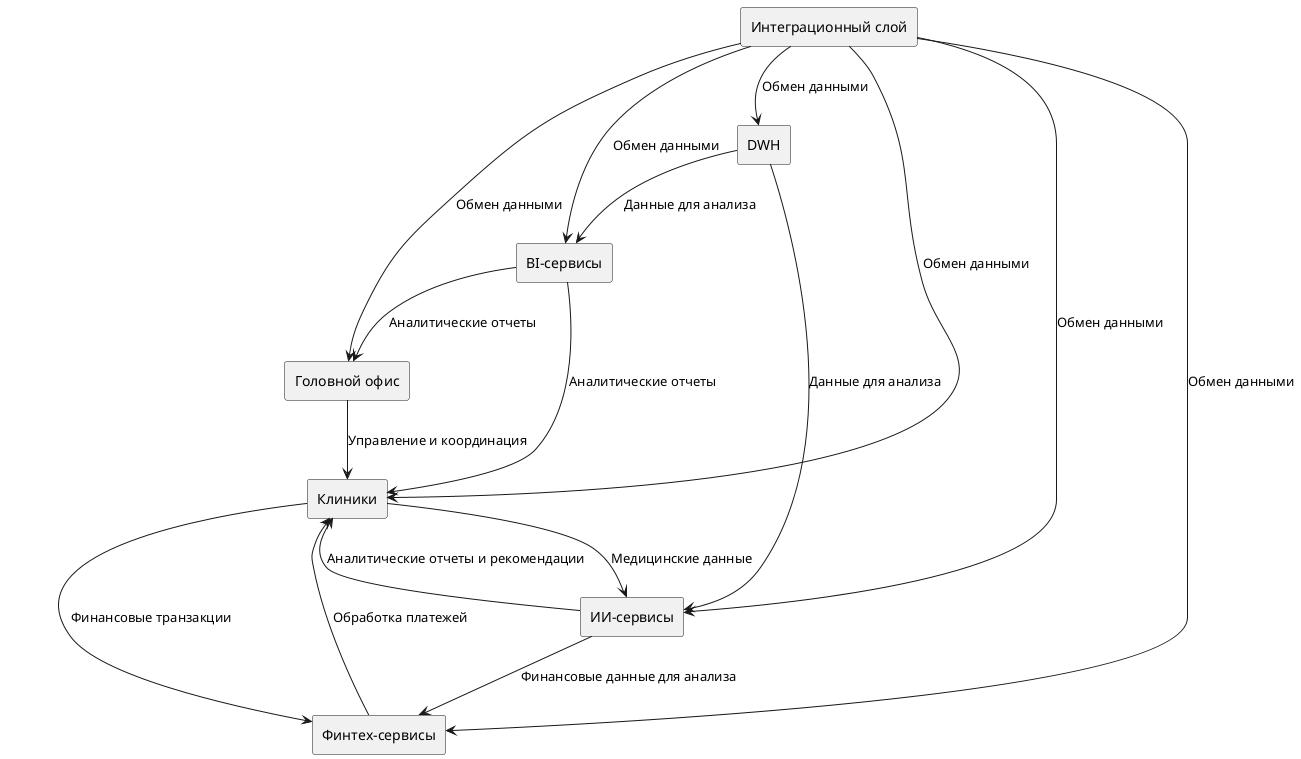
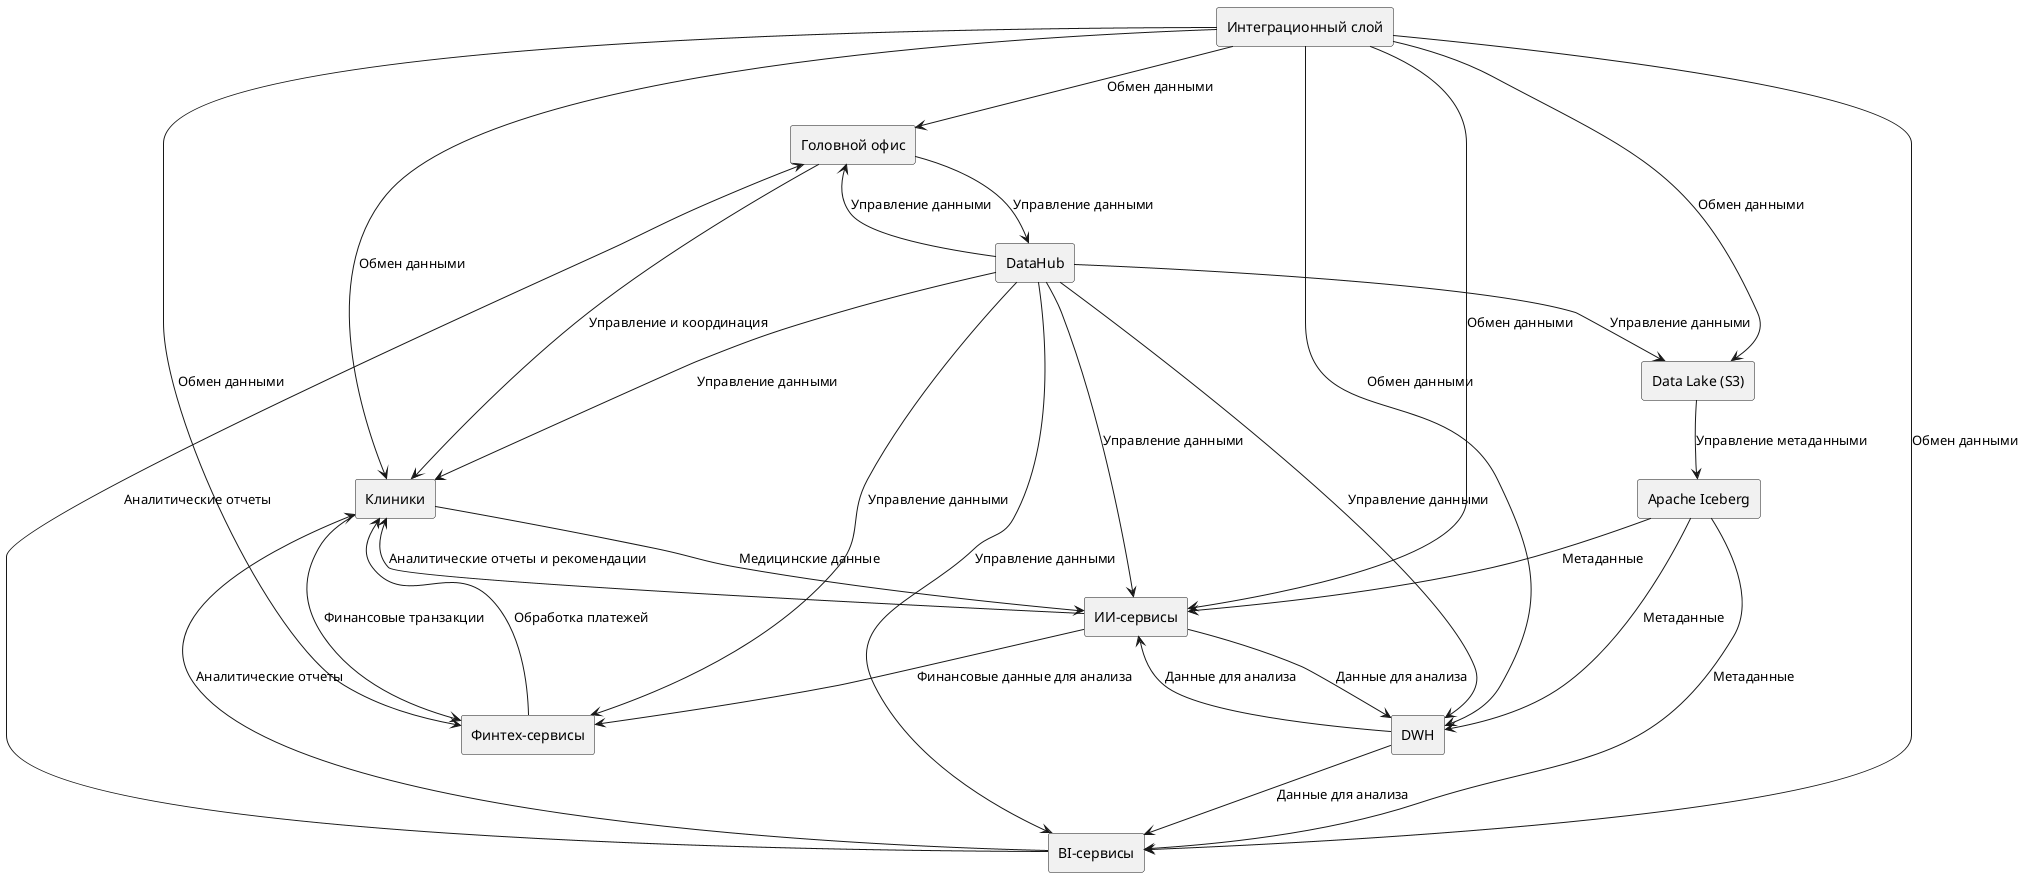
@startuml domain

RECTANGLE "Головной офис" as HO
RECTANGLE "Клиники" as Clinics
RECTANGLE "ИИ-сервисы" as AI_Services
RECTANGLE "Финтех-сервисы" as Fintech_Services
RECTANGLE "Интеграционный слой" as Integration_Layer
RECTANGLE "BI-сервисы" as BI_Services
RECTANGLE "DWH" as DWH
+ RECTANGLE "Data Lake (S3)" as Data_Lake
+ RECTANGLE "Apache Iceberg" as Iceberg
+ RECTANGLE "DataHub" as DataHub

HO --> Clinics : Управление и координация
Clinics --> AI_Services : Медицинские данные
AI_Services --> Clinics : Аналитические отчеты и рекомендации
Clinics --> Fintech_Services : Финансовые транзакции
Fintech_Services --> Clinics : Обработка платежей
AI_Services --> Fintech_Services : Финансовые данные для анализа
Integration_Layer --> HO : Обмен данными
Integration_Layer --> Clinics : Обмен данными
Integration_Layer --> AI_Services : Обмен данными
Integration_Layer --> Fintech_Services : Обмен данными
Integration_Layer --> BI_Services : Обмен данными
Integration_Layer --> DWH : Обмен данными
+ Integration_Layer --> Data_Lake : Обмен данными
BI_Services --> Clinics : Аналитические отчеты
BI_Services --> HO : Аналитические отчеты
DWH --> BI_Services : Данные для анализа
DWH --> AI_Services : Данные для анализа
+ Data_Lake --> Iceberg : Управление метаданными
+ Iceberg --> DWH : Метаданные
+ Iceberg --> BI_Services : Метаданные
+ Iceberg --> AI_Services : Метаданные
+ DataHub --> HO : Управление данными
+ DataHub --> Clinics : Управление данными
+ DataHub --> AI_Services : Управление данными
+ DataHub --> Fintech_Services : Управление данными
+ DataHub --> BI_Services : Управление данными
+ DataHub --> DWH : Управление данными
+ DataHub --> Data_Lake : Управление данными
+ AI_Services --> DWH : Данные для анализа
+ HO --> DataHub : Управление данными

@enduml
